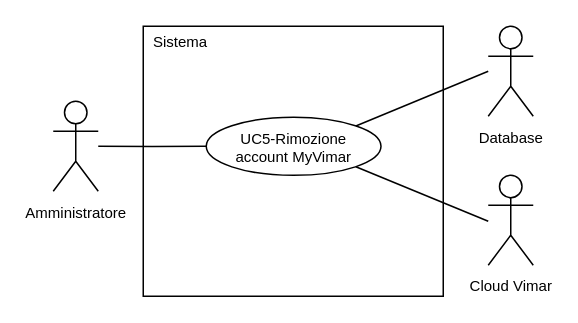
This is 2-RTB/Documenti_esterni/Analisi_dei_requisiti/draw.io/UC5.drawio from SnakeByteTeam/snakebyteteam.github.io, a draw.io file, before an edit. Source tidied: cells renumbered, new cells numbered last; positions are measured from the earlier drawing's top-left corner, leaving out a move shared by most shapes. Both pictures are drawn from the tidied source at 150%, with x=0, y=0 at pixel (52, 26).
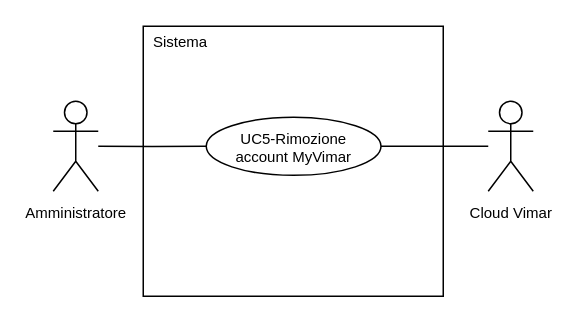
The same diagram, later.

What changed in the source:
```diff
@@
 <mxGraphModel>
   <root>
     <mxCell id="0" />
     <mxCell id="1" parent="0" />
     <mxCell id="2" value="&lt;font style=&quot;font-size: 10px; line-height: 100%;&quot;&gt;Amministratore&lt;/font&gt;" style="shape=umlActor;verticalLabelPosition=bottom;verticalAlign=top;html=1;outlineConnect=0;" parent="1" vertex="1">
       <mxGeometry y="50" width="30" height="60" as="geometry" />
     </mxCell>
     <mxCell id="3" style="rounded=0;whiteSpace=wrap;html=1;" parent="1" vertex="1">
       <mxGeometry x="60" width="200" height="180" as="geometry" />
     </mxCell>
     <mxCell id="4" style="edgeStyle=orthogonalEdgeStyle;rounded=0;jettySize=auto;html=1;exitX=0;exitY=0.5;exitDx=0;exitDy=0;endArrow=none;endFill=0;" parent="1" edge="1" source="5" target="2">
       <mxGeometry relative="1" as="geometry" />
     </mxCell>
     <mxCell id="5" value="&lt;div style=&quot;line-height: 100%;&quot;&gt;&lt;div&gt;&lt;font style=&quot;line-height: 100%; font-size: 10px;&quot;&gt;UC5-Rimozione&lt;/font&gt;&lt;/div&gt;&lt;div&gt;&lt;font style=&quot;line-height: 100%; font-size: 10px;&quot;&gt;account MyVimar&lt;/font&gt;&lt;/div&gt;&lt;/div&gt;" style="ellipse;whiteSpace=wrap;html=1;" parent="1" vertex="1">
       <mxGeometry x="102" y="60.7" width="116.5" height="38.7" as="geometry" />
     </mxCell>
     <mxCell id="6" value="&lt;font style=&quot;font-size: 10px;&quot;&gt;Sistema&lt;/font&gt;" style="text;html=1;whiteSpace=wrap;strokeColor=none;fillColor=none;align=center;verticalAlign=middle;rounded=0;" parent="1" vertex="1">
       <mxGeometry x="60" width="50" height="20" as="geometry" />
     </mxCell>
-    <mxCell id="7" style="rounded=0;jettySize=auto;html=1;endArrow=none;endFill=0;entryX=1;entryY=0;entryDx=0;entryDy=0;" parent="1" edge="1" target="5">
-      <mxGeometry relative="1" as="geometry">
-        <mxPoint x="290" y="30" as="sourcePoint" />
-      </mxGeometry>
-    </mxCell>
-    <mxCell id="8" value="&lt;font style=&quot;font-size: 10px; line-height: 100%;&quot;&gt;Database&lt;/font&gt;" style="shape=umlActor;verticalLabelPosition=bottom;verticalAlign=top;html=1;" parent="1" vertex="1">
-      <mxGeometry x="290" width="30" height="60" as="geometry" />
-    </mxCell>
-    <mxCell id="9" style="rounded=0;jettySize=auto;html=1;entryX=1;entryY=1;entryDx=0;entryDy=0;endArrow=none;endFill=0;" parent="1" edge="1" target="5">
-      <mxGeometry relative="1" as="geometry">
-        <mxPoint x="290" y="130" as="sourcePoint" />
-      </mxGeometry>
+    <mxCell id="9" style="rounded=0;jettySize=auto;html=1;entryX=1;entryY=0.5;entryDx=0;entryDy=0;endArrow=none;endFill=0;" parent="1" edge="1" source="10" target="5">
+      <mxGeometry relative="1" as="geometry" />
     </mxCell>
     <mxCell id="10" value="&lt;font style=&quot;font-size: 10px; line-height: 100%;&quot;&gt;Cloud Vimar&lt;/font&gt;" style="shape=umlActor;verticalLabelPosition=bottom;verticalAlign=top;html=1;outlineConnect=0;" parent="1" vertex="1">
-      <mxGeometry x="290" y="99.3" width="30" height="60" as="geometry" />
+      <mxGeometry x="290" y="50" width="30" height="60" as="geometry" />
     </mxCell>
   </root>
 </mxGraphModel>
```
